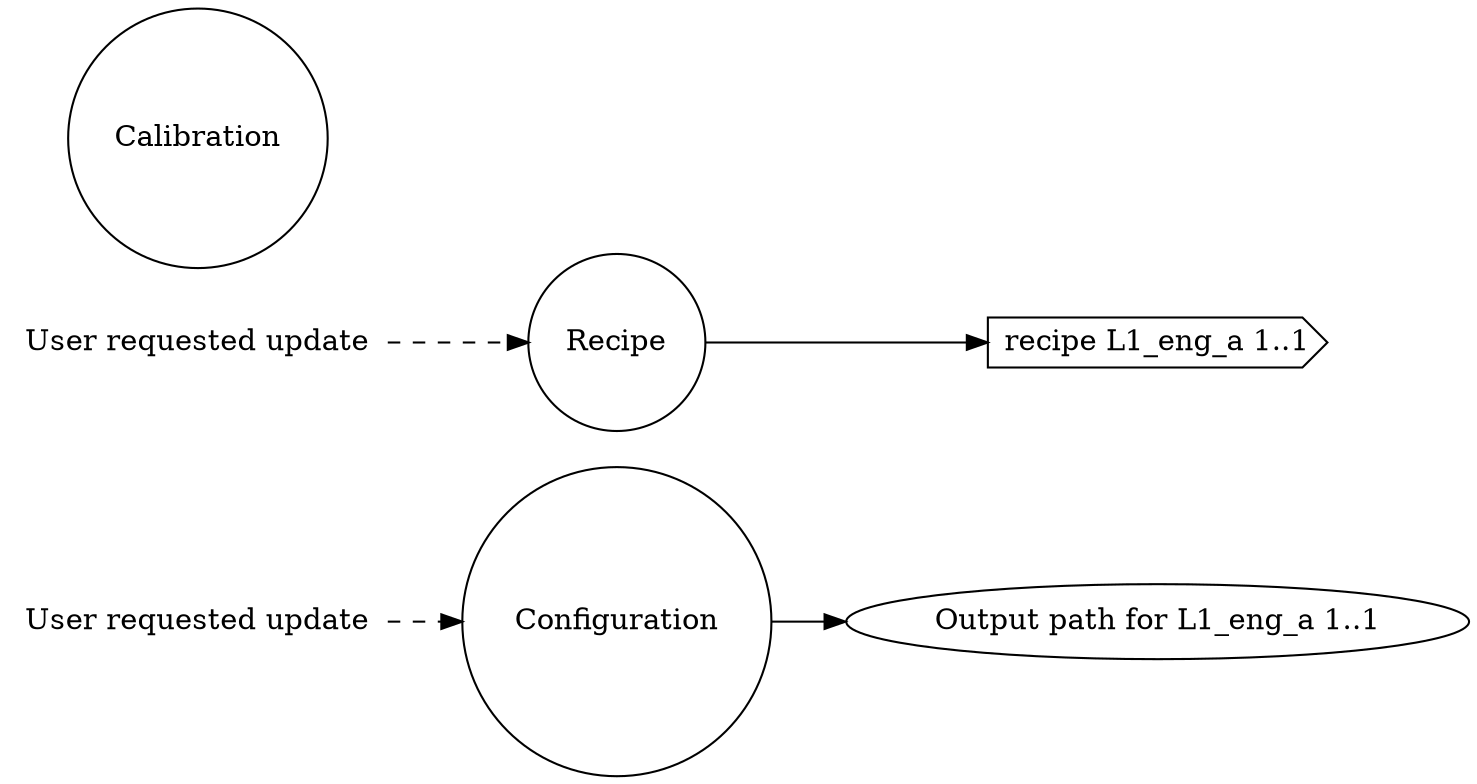
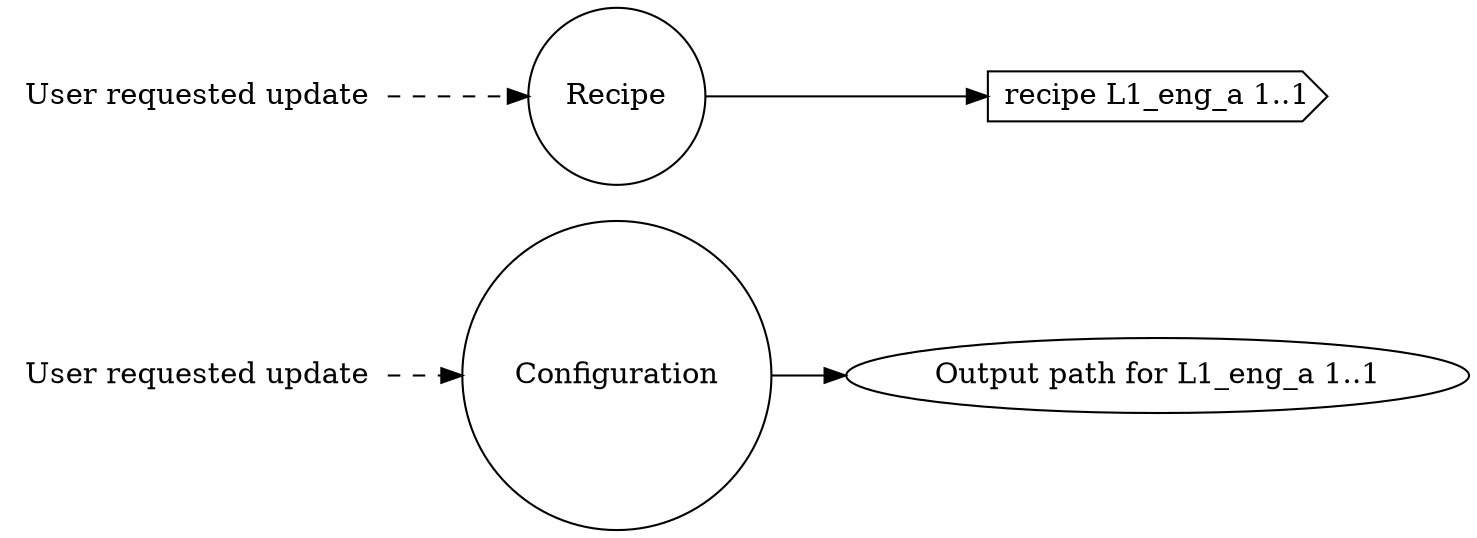
/* why separate channels and how are they tied back together
*
* The magic happens from clerks.dot. It contains the same clerks but with dawgie
* information tied to the nodes. Since they are all named the same among these
* channlized files and clerks.dot, the dip.basis.transmute distills then
* condenses them into a hidden monolithic concept if they have dawgie
* information associated with them. That is the real magic.
*/
digraph PupilClerks
{
  graph [splines="ortho", rankdir=LR];

  alarm_cnf [label="User requested update", shape="none"];
  alarm_rec [label="User requested update", shape="none"];

-   calib [label="Calibration", shape="circle"];
  config [label="Configuration", shape="circle"];
  recipe [label="Recipe", shape="circle"];

  l1_cal_pupil_odir [label="Output path for L1_eng_a 1..1", shape="ellipse",
                     valname="clerk.configuration.l1_cal_pupil.outdir",
                     valtype="dip.base.Configuration"];
  l1_cal_pupil_rec [label="recipe L1_eng_a 1..1", shape="cds",
                    valname="clerk.recipe.l1_cal_pupil.recipe",
                    valtype="dip.base.Recipe"];

  alarm_cnf -> config [style="dashed"];
  alarm_rec -> recipe [style="dashed"];

  config -> l1_cal_pupil_odir;
  recipe -> l1_cal_pupil_rec;
}
